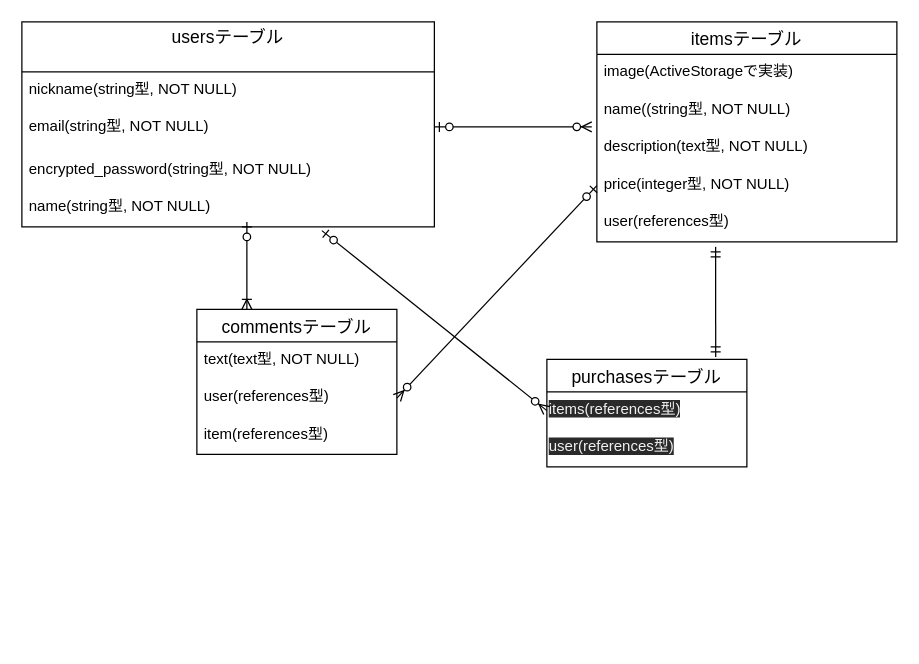
Above: erfigure.dio in balllllet/furima-36103 (draw.io), before the change. Source tidied: cells renumbered, new cells numbered last; positions are measured from the earlier drawing's top-left corner, leaving out a move shared by most shapes. Both pictures are drawn from the tidied source at 125%, with x=0, y=0 at pixel (21, 21).
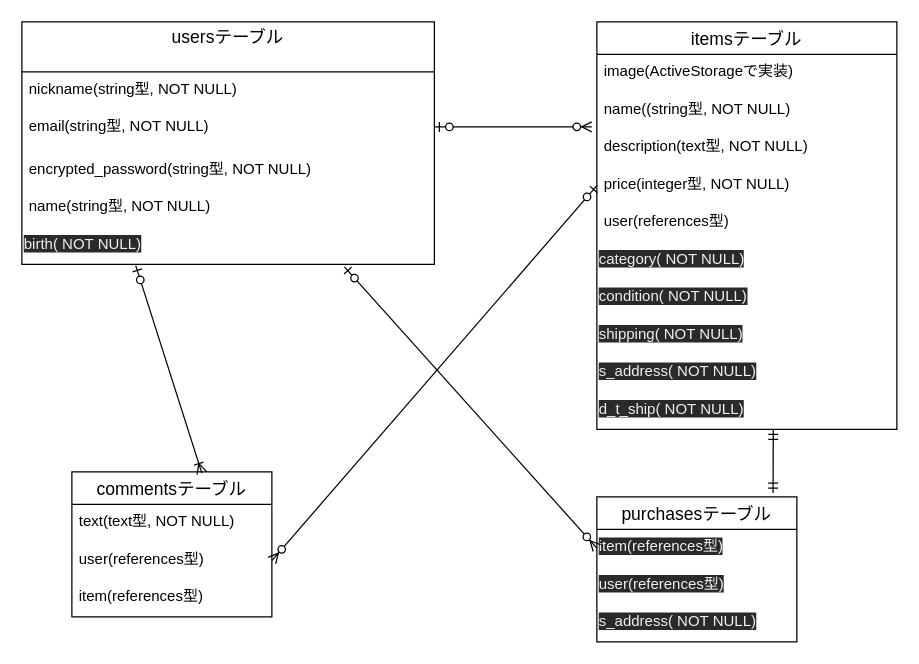
The same diagram, later.

Unchanged cells that the change refers to:
```xml
<mxCell id="19" value="&lt;span style=&quot;color: rgb(240, 240, 240); font-family: helvetica; font-size: 12px; font-style: normal; font-weight: 400; letter-spacing: normal; text-align: left; text-indent: 0px; text-transform: none; word-spacing: 0px; background-color: rgb(42, 42, 42); display: inline; float: none;&quot;&gt;user(references型)&lt;/span&gt;" style="text;whiteSpace=wrap;html=1;" parent="17" vertex="1">
  <mxGeometry y="56" width="160" height="30" as="geometry" />
</mxCell>
```

Change to the diagram source:
```diff
@@
     <mxCell id="2" value="usersテーブル&#10;" style="swimlane;fontStyle=0;horizontal=1;startSize=40;align=center;fontSize=14;" parent="1" vertex="1">
-      <mxGeometry width="330" height="164" as="geometry" />
+      <mxGeometry width="330" height="194" as="geometry" />
     </mxCell>
@@
+    <mxCell id="25" value="&lt;span style=&quot;color: rgb(240 , 240 , 240) ; font-family: &amp;#34;helvetica&amp;#34; ; font-size: 12px ; font-style: normal ; font-weight: 400 ; letter-spacing: normal ; text-align: left ; text-indent: 0px ; text-transform: none ; word-spacing: 0px ; background-color: rgb(42 , 42 , 42) ; display: inline ; float: none&quot;&gt;birth( NOT NULL)&lt;/span&gt;" style="text;whiteSpace=wrap;html=1;" parent="2" vertex="1">
+      <mxGeometry y="164" width="330" height="30" as="geometry" />
+    </mxCell>
     <mxCell id="7" value="itemsテーブル" style="swimlane;fontStyle=0;horizontal=1;startSize=26;align=center;fontSize=14;" parent="1" vertex="1">
-      <mxGeometry x="460" width="240" height="176" as="geometry" />
+      <mxGeometry x="460" width="240" height="326" as="geometry" />
     </mxCell>
@@
+    <mxCell id="26" value="&lt;span style=&quot;color: rgb(240 , 240 , 240) ; font-family: &amp;#34;helvetica&amp;#34; ; font-size: 12px ; font-style: normal ; font-weight: 400 ; letter-spacing: normal ; text-align: left ; text-indent: 0px ; text-transform: none ; word-spacing: 0px ; background-color: rgb(42 , 42 , 42) ; display: inline ; float: none&quot;&gt;category( NOT NULL)&lt;/span&gt;" style="text;whiteSpace=wrap;html=1;" parent="7" vertex="1">
+      <mxGeometry y="176" width="240" height="30" as="geometry" />
+    </mxCell>
+    <mxCell id="27" value="&lt;span style=&quot;color: rgb(240 , 240 , 240) ; font-family: &amp;#34;helvetica&amp;#34; ; font-size: 12px ; font-style: normal ; font-weight: 400 ; letter-spacing: normal ; text-align: left ; text-indent: 0px ; text-transform: none ; word-spacing: 0px ; background-color: rgb(42 , 42 , 42) ; display: inline ; float: none&quot;&gt;condition( NOT NULL)&lt;/span&gt;" style="text;whiteSpace=wrap;html=1;" parent="7" vertex="1">
+      <mxGeometry y="206" width="240" height="30" as="geometry" />
+    </mxCell>
+    <mxCell id="28" value="&lt;span style=&quot;color: rgb(240 , 240 , 240) ; font-family: &amp;#34;helvetica&amp;#34; ; font-size: 12px ; font-style: normal ; font-weight: 400 ; letter-spacing: normal ; text-align: left ; text-indent: 0px ; text-transform: none ; word-spacing: 0px ; background-color: rgb(42 , 42 , 42) ; display: inline ; float: none&quot;&gt;shipping( NOT NULL)&lt;/span&gt;" style="text;whiteSpace=wrap;html=1;" parent="7" vertex="1">
+      <mxGeometry y="236" width="240" height="30" as="geometry" />
+    </mxCell>
+    <mxCell id="29" value="&lt;span style=&quot;color: rgb(240 , 240 , 240) ; font-family: &amp;#34;helvetica&amp;#34; ; font-size: 12px ; font-style: normal ; font-weight: 400 ; letter-spacing: normal ; text-align: left ; text-indent: 0px ; text-transform: none ; word-spacing: 0px ; background-color: rgb(42 , 42 , 42) ; display: inline ; float: none&quot;&gt;s_address( NOT NULL)&lt;/span&gt;" style="text;whiteSpace=wrap;html=1;" parent="7" vertex="1">
+      <mxGeometry y="266" width="240" height="30" as="geometry" />
+    </mxCell>
+    <mxCell id="30" value="&lt;span style=&quot;color: rgb(240 , 240 , 240) ; font-family: &amp;#34;helvetica&amp;#34; ; font-size: 12px ; font-style: normal ; font-weight: 400 ; letter-spacing: normal ; text-align: left ; text-indent: 0px ; text-transform: none ; word-spacing: 0px ; background-color: rgb(42 , 42 , 42) ; display: inline ; float: none&quot;&gt;d_t_ship( NOT NULL)&lt;/span&gt;" style="text;whiteSpace=wrap;html=1;" parent="7" vertex="1">
+      <mxGeometry y="296" width="240" height="30" as="geometry" />
+    </mxCell>
     <mxCell id="13" value="commentsテーブル" style="swimlane;fontStyle=0;horizontal=1;startSize=26;align=center;fontSize=14;" parent="1" vertex="1">
-      <mxGeometry x="140" y="230" width="160" height="116" as="geometry" />
+      <mxGeometry x="40" y="360" width="160" height="116" as="geometry" />
     </mxCell>
@@
     <mxCell id="17" value="purchasesテーブル" style="swimlane;fontStyle=0;horizontal=1;startSize=26;align=center;fontSize=14;" parent="1" vertex="1">
-      <mxGeometry x="420" y="270" width="160" height="86" as="geometry" />
+      <mxGeometry x="460" y="380" width="160" height="116" as="geometry" />
     </mxCell>
+    <mxCell id="31" style="edgeStyle=none;rounded=0;jettySize=auto;html=1;exitX=0.5;exitY=0;exitDx=0;exitDy=0;" parent="17" edge="1" source="19" target="18">
+      <mxGeometry relative="1" as="geometry" />
+    </mxCell>
-    <mxCell id="18" value="&lt;span style=&quot;color: rgb(240, 240, 240); font-family: helvetica; font-size: 12px; font-style: normal; font-weight: 400; letter-spacing: normal; text-align: left; text-indent: 0px; text-transform: none; word-spacing: 0px; background-color: rgb(42, 42, 42); display: inline; float: none;&quot;&gt;items(references型)&lt;/span&gt;" style="text;whiteSpace=wrap;html=1;" parent="17" vertex="1">
+    <mxCell id="18" value="&lt;span style=&quot;color: rgb(240 , 240 , 240) ; font-family: &amp;#34;helvetica&amp;#34; ; font-size: 12px ; font-style: normal ; font-weight: 400 ; letter-spacing: normal ; text-align: left ; text-indent: 0px ; text-transform: none ; word-spacing: 0px ; background-color: rgb(42 , 42 , 42) ; display: inline ; float: none&quot;&gt;item(references型)&lt;/span&gt;" style="text;whiteSpace=wrap;html=1;" parent="17" vertex="1">
       <mxGeometry y="26" width="160" height="30" as="geometry" />
     </mxCell>
@@
+    <mxCell id="32" value="&lt;span style=&quot;color: rgb(240 , 240 , 240) ; font-family: &amp;#34;helvetica&amp;#34; ; font-size: 12px ; font-style: normal ; font-weight: 400 ; letter-spacing: normal ; text-align: left ; text-indent: 0px ; text-transform: none ; word-spacing: 0px ; background-color: rgb(42 , 42 , 42) ; display: inline ; float: none&quot;&gt;s_address( NOT NULL)&lt;/span&gt;" style="text;whiteSpace=wrap;html=1;" parent="17" vertex="1">
+      <mxGeometry y="86" width="160" height="30" as="geometry" />
+    </mxCell>
-    <mxCell id="20" style="fontSize=12;html=1;endArrow=ERmandOne;startArrow=ERmandOne;exitX=0.844;exitY=-0.023;exitDx=0;exitDy=0;exitPerimeter=0;" parent="1" edge="1" source="17">
-      <mxGeometry relative="1" as="geometry">
-        <mxPoint x="555" y="180" as="targetPoint" />
-      </mxGeometry>
+    <mxCell id="20" style="fontSize=12;html=1;endArrow=ERmandOne;startArrow=ERmandOne;exitX=0.881;exitY=-0.026;exitDx=0;exitDy=0;entryX=0.588;entryY=1;entryDx=0;entryDy=0;entryPerimeter=0;exitPerimeter=0;" parent="1" edge="1" source="17" target="30">
+      <mxGeometry relative="1" as="geometry" />
     </mxCell>
-    <mxCell id="21" style="fontSize=12;html=1;endArrow=ERzeroToMany;startArrow=ERzeroToOne;entryX=0;entryY=0.5;entryDx=0;entryDy=0;" parent="1" edge="1" target="18">
-      <mxGeometry relative="1" as="geometry">
-        <mxPoint x="240" y="167" as="sourcePoint" />
-      </mxGeometry>
+    <mxCell id="21" style="fontSize=12;html=1;endArrow=ERzeroToMany;startArrow=ERzeroToOne;entryX=0;entryY=0.5;entryDx=0;entryDy=0;exitX=0.782;exitY=1.067;exitDx=0;exitDy=0;exitPerimeter=0;" parent="1" edge="1" source="25" target="18">
+      <mxGeometry relative="1" as="geometry" />
     </mxCell>
@@
-    <mxCell id="23" style="fontSize=12;html=1;endArrow=ERoneToMany;startArrow=ERzeroToOne;" parent="1" edge="1">
-      <mxGeometry relative="1" as="geometry">
-        <mxPoint x="180" y="160" as="sourcePoint" />
-        <mxPoint x="180" y="230" as="targetPoint" />
-      </mxGeometry>
+    <mxCell id="23" style="fontSize=12;html=1;endArrow=ERoneToMany;startArrow=ERzeroToOne;entryX=0.65;entryY=0.009;entryDx=0;entryDy=0;entryPerimeter=0;exitX=0.276;exitY=1.033;exitDx=0;exitDy=0;exitPerimeter=0;" parent="1" edge="1" source="25" target="13">
+      <mxGeometry relative="1" as="geometry" />
     </mxCell>
```
